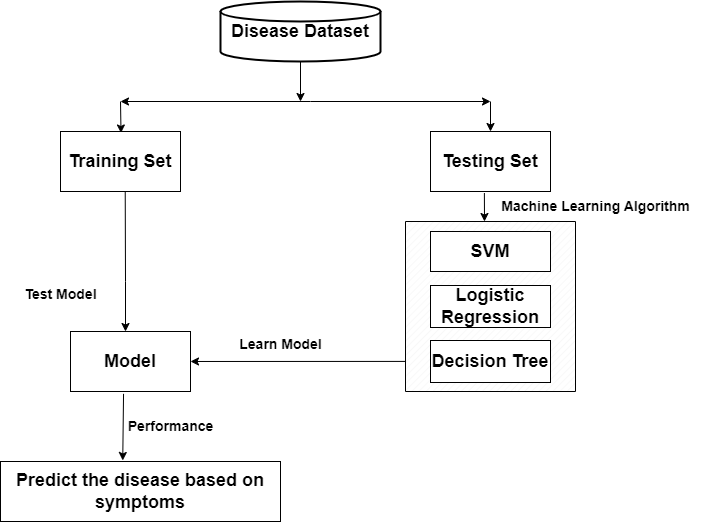
The draw.io diagram disease detection model.drawio.png in NAYANCSE27/DiagnoSmart, before a commit. Source tidied: cells renumbered, new cells last; positions are measured from the earlier drawing's top-left corner, leaving out a move shared by most shapes.
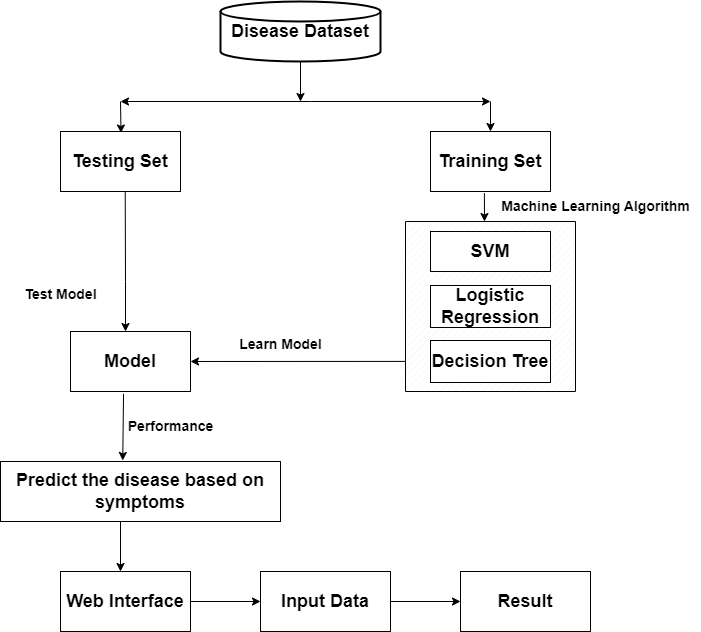
After the commit.

The edit, as a diff of the source:
```diff
@@ -8,63 +8,63 @@
     <mxCell id="3" style="verticalLabelPosition=bottom;verticalAlign=top;html=1;shape=mxgraph.basic.patternFillRect;fillStyle=diag;step=5;fillStrokeWidth=0.2;fillStrokeColor=#dddddd;" parent="1" vertex="1">
       <mxGeometry x="405" y="220" width="170" height="170" as="geometry" />
     </mxCell>
-    <mxCell id="4" style="endArrow=classic;html=1;rounded=0;exitX=0.442;exitY=1.039;exitDx=0;exitDy=0;exitPerimeter=0;entryX=0.426;entryY=-0.017;entryDx=0;entryDy=0;entryPerimeter=0;" parent="1" edge="1">
-      <mxGeometry relative="1" as="geometry">
-        <mxPoint x="123" y="392.3" as="sourcePoint" />
-        <mxPoint x="122.2" y="459" as="targetPoint" />
-      </mxGeometry>
-    </mxCell>
-    <mxCell id="5" style="endArrow=classic;html=1;rounded=0;exitX=0.456;exitY=0.983;exitDx=0;exitDy=0;exitPerimeter=0;" parent="1" edge="1">
-      <mxGeometry relative="1" as="geometry">
-        <mxPoint x="124.7" y="189" as="sourcePoint" />
-        <mxPoint x="125" y="330" as="targetPoint" />
-        <Array as="points">
-          <mxPoint x="125" y="280" />
-        </Array>
-      </mxGeometry>
-    </mxCell>
-    <mxCell id="6" style="endArrow=classic;html=1;rounded=0;exitX=-0.002;exitY=0.823;exitDx=0;exitDy=0;exitPerimeter=0;" parent="1" edge="1" source="3">
-      <mxGeometry relative="1" as="geometry">
-        <mxPoint x="190" y="360" as="targetPoint" />
-      </mxGeometry>
-    </mxCell>
-    <mxCell id="7" style="endArrow=classic;html=1;rounded=0;exitX=0.449;exitY=1.025;exitDx=0;exitDy=0;exitPerimeter=0;" parent="1" edge="1">
-      <mxGeometry relative="1" as="geometry">
-        <mxPoint x="483.9" y="191.5" as="sourcePoint" />
-        <mxPoint x="484" y="220" as="targetPoint" />
-      </mxGeometry>
-    </mxCell>
-    <mxCell id="8" style="endArrow=classic;startArrow=classic;html=1;rounded=0;" parent="1" edge="1">
-      <mxGeometry relative="1" as="geometry">
-        <mxPoint x="120" y="100" as="sourcePoint" />
-        <mxPoint x="490" y="100" as="targetPoint" />
-        <Array as="points">
-          <mxPoint x="310" y="100" />
-        </Array>
-      </mxGeometry>
-    </mxCell>
-    <mxCell id="9" style="endArrow=classic;html=1;rounded=0;exitX=0.5;exitY=1;exitDx=0;exitDy=0;exitPerimeter=0;" parent="1" edge="1" source="2">
-      <mxGeometry relative="1" as="geometry">
-        <mxPoint x="300" y="100" as="targetPoint" />
-      </mxGeometry>
-    </mxCell>
-    <mxCell id="10" style="endArrow=classic;html=1;rounded=0;entryX=0.5;entryY=0;entryDx=0;entryDy=0;" parent="1" edge="1" target="13">
-      <mxGeometry relative="1" as="geometry">
-        <mxPoint x="490" y="100" as="sourcePoint" />
-      </mxGeometry>
-    </mxCell>
-    <mxCell id="11" style="endArrow=classic;html=1;rounded=0;entryX=0.421;entryY=0.025;entryDx=0;entryDy=0;entryPerimeter=0;" parent="1" edge="1">
-      <mxGeometry relative="1" as="geometry">
-        <mxPoint x="120" y="100" as="sourcePoint" />
-        <mxPoint x="120.5" y="131.5" as="targetPoint" />
-      </mxGeometry>
-    </mxCell>
+    <mxCell id="23" style="endArrow=classic;html=1;rounded=0;exitX=0.442;exitY=1.039;exitDx=0;exitDy=0;exitPerimeter=0;entryX=0.426;entryY=-0.017;entryDx=0;entryDy=0;entryPerimeter=0;" parent="1" edge="1">
+      <mxGeometry relative="1" as="geometry">
+        <mxPoint x="123" y="392.3" as="sourcePoint" />
+        <mxPoint x="122.2" y="459" as="targetPoint" />
+      </mxGeometry>
+    </mxCell>
+    <mxCell id="24" style="endArrow=classic;html=1;rounded=0;exitX=0.456;exitY=0.983;exitDx=0;exitDy=0;exitPerimeter=0;" parent="1" edge="1">
+      <mxGeometry relative="1" as="geometry">
+        <mxPoint x="124.7" y="189" as="sourcePoint" />
+        <mxPoint x="125" y="330" as="targetPoint" />
+        <Array as="points">
+          <mxPoint x="125" y="280" />
+        </Array>
+      </mxGeometry>
+    </mxCell>
+    <mxCell id="25" style="endArrow=classic;html=1;rounded=0;exitX=-0.002;exitY=0.823;exitDx=0;exitDy=0;exitPerimeter=0;" parent="1" edge="1" source="3">
+      <mxGeometry relative="1" as="geometry">
+        <mxPoint x="190" y="360" as="targetPoint" />
+      </mxGeometry>
+    </mxCell>
+    <mxCell id="26" style="endArrow=classic;html=1;rounded=0;exitX=0.449;exitY=1.025;exitDx=0;exitDy=0;exitPerimeter=0;" parent="1" edge="1">
+      <mxGeometry relative="1" as="geometry">
+        <mxPoint x="483.9" y="191.5" as="sourcePoint" />
+        <mxPoint x="484" y="220" as="targetPoint" />
+      </mxGeometry>
+    </mxCell>
+    <mxCell id="27" style="endArrow=classic;startArrow=classic;html=1;rounded=0;" parent="1" edge="1">
+      <mxGeometry relative="1" as="geometry">
+        <mxPoint x="120" y="100" as="sourcePoint" />
+        <mxPoint x="490" y="100" as="targetPoint" />
+        <Array as="points">
+          <mxPoint x="310" y="100" />
+        </Array>
+      </mxGeometry>
+    </mxCell>
+    <mxCell id="28" style="endArrow=classic;html=1;rounded=0;exitX=0.5;exitY=1;exitDx=0;exitDy=0;exitPerimeter=0;" parent="1" edge="1" source="2">
+      <mxGeometry relative="1" as="geometry">
+        <mxPoint x="300" y="100" as="targetPoint" />
+      </mxGeometry>
+    </mxCell>
+    <mxCell id="29" style="endArrow=classic;html=1;rounded=0;entryX=0.5;entryY=0;entryDx=0;entryDy=0;" parent="1" edge="1" target="12">
+      <mxGeometry relative="1" as="geometry">
+        <mxPoint x="490" y="100" as="sourcePoint" />
+      </mxGeometry>
+    </mxCell>
+    <mxCell id="30" style="endArrow=classic;html=1;rounded=0;entryX=0.421;entryY=0.025;entryDx=0;entryDy=0;entryPerimeter=0;" parent="1" edge="1">
+      <mxGeometry relative="1" as="geometry">
+        <mxPoint x="120" y="100" as="sourcePoint" />
+        <mxPoint x="120.5" y="131.5" as="targetPoint" />
+      </mxGeometry>
+    </mxCell>
+    <mxCell id="13" value="&lt;b&gt;&lt;font style=&quot;font-size: 18px;&quot;&gt;Testing Set&lt;/font&gt;&lt;/b&gt;" style="rounded=0;whiteSpace=wrap;html=1;" parent="1" vertex="1">
+      <mxGeometry x="60" y="130" width="120" height="60" as="geometry" />
+    </mxCell>
-    <mxCell id="12" value="&lt;b&gt;&lt;font style=&quot;font-size: 18px;&quot;&gt;Training Set&lt;/font&gt;&lt;/b&gt;" style="rounded=0;whiteSpace=wrap;html=1;" parent="1" vertex="1">
-      <mxGeometry x="60" y="130" width="120" height="60" as="geometry" />
+    <mxCell id="12" value="&lt;font style=&quot;font-size: 18px;&quot;&gt;&lt;b&gt;Training Set&lt;/b&gt;&lt;/font&gt;" style="rounded=0;whiteSpace=wrap;html=1;" parent="1" vertex="1">
+      <mxGeometry x="430" y="130" width="120" height="60" as="geometry" />
     </mxCell>
-    <mxCell id="13" value="&lt;font style=&quot;font-size: 18px;&quot;&gt;&lt;b&gt;Testing Set&lt;/b&gt;&lt;/font&gt;" style="rounded=0;whiteSpace=wrap;html=1;" parent="1" vertex="1">
-      <mxGeometry x="430" y="130" width="120" height="60" as="geometry" />
-    </mxCell>
     <mxCell id="14" value="&lt;b&gt;&lt;font style=&quot;font-size: 18px;&quot;&gt;Model&lt;/font&gt;&lt;/b&gt;" style="rounded=0;whiteSpace=wrap;html=1;" parent="1" vertex="1">
       <mxGeometry x="70" y="330" width="120" height="60" as="geometry" />
     </mxCell>
@@ -92,5 +92,26 @@
     <mxCell id="22" value="&lt;b&gt;&lt;font style=&quot;font-size: 14px;&quot;&gt;Machine Learning Algorithm&lt;/font&gt;&lt;/b&gt;" style="text;html=1;align=center;verticalAlign=middle;strokeColor=none;fillColor=none;" parent="1" vertex="1">
       <mxGeometry x="490" y="190" width="210" height="30" as="geometry" />
     </mxCell>
+    <mxCell id="31" value="&lt;b&gt;&lt;font style=&quot;font-size: 18px;&quot;&gt;Web Interface&lt;/font&gt;&lt;/b&gt;" style="rounded=0;whiteSpace=wrap;html=1;" parent="1" vertex="1">
+      <mxGeometry x="60" y="570" width="130" height="60" as="geometry" />
+    </mxCell>
+    <mxCell id="32" style="endArrow=classic;html=1;rounded=0;exitX=1;exitY=0.5;exitDx=0;exitDy=0;entryX=0;entryY=0.5;entryDx=0;entryDy=0;" parent="1" edge="1" source="34" target="36">
+      <mxGeometry relative="1" as="geometry" />
+    </mxCell>
+    <mxCell id="33" style="endArrow=classic;html=1;rounded=0;" parent="1" edge="1">
+      <mxGeometry relative="1" as="geometry">
+        <mxPoint x="120" y="520" as="sourcePoint" />
+        <mxPoint x="120" y="570" as="targetPoint" />
+      </mxGeometry>
+    </mxCell>
+    <mxCell id="34" value="&lt;b&gt;&lt;font style=&quot;font-size: 18px;&quot;&gt;Input Data&lt;/font&gt;&lt;/b&gt;" style="rounded=0;whiteSpace=wrap;html=1;" parent="1" vertex="1">
+      <mxGeometry x="260" y="570" width="130" height="60" as="geometry" />
+    </mxCell>
+    <mxCell id="35" style="endArrow=classic;html=1;rounded=0;exitX=1;exitY=0.5;exitDx=0;exitDy=0;entryX=0;entryY=0.5;entryDx=0;entryDy=0;" parent="1" edge="1" source="31" target="34">
+      <mxGeometry relative="1" as="geometry" />
+    </mxCell>
+    <mxCell id="36" value="&lt;b&gt;&lt;font style=&quot;font-size: 18px;&quot;&gt;Result&lt;/font&gt;&lt;/b&gt;" style="rounded=0;whiteSpace=wrap;html=1;" parent="1" vertex="1">
+      <mxGeometry x="460" y="570" width="130" height="60" as="geometry" />
+    </mxCell>
   </root>
 </mxGraphModel>
```
